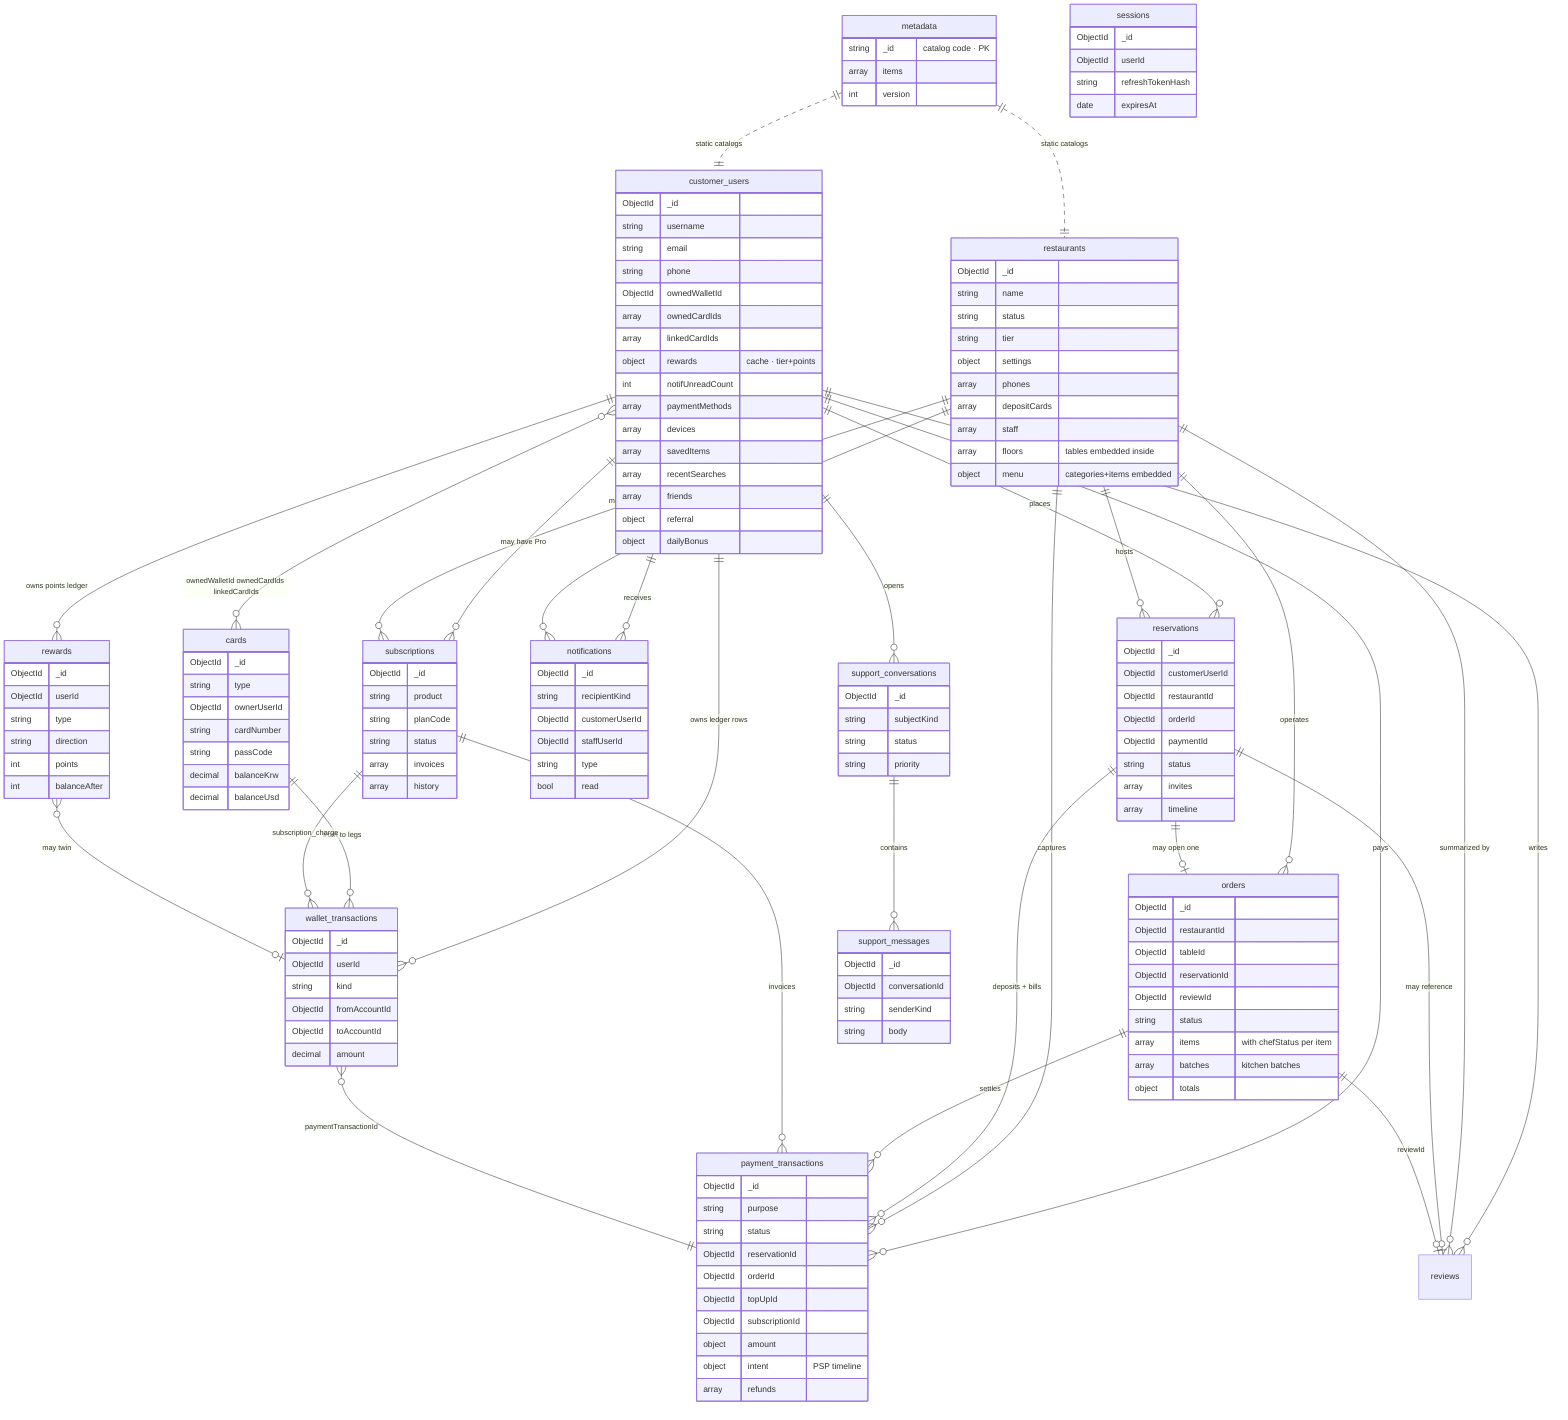
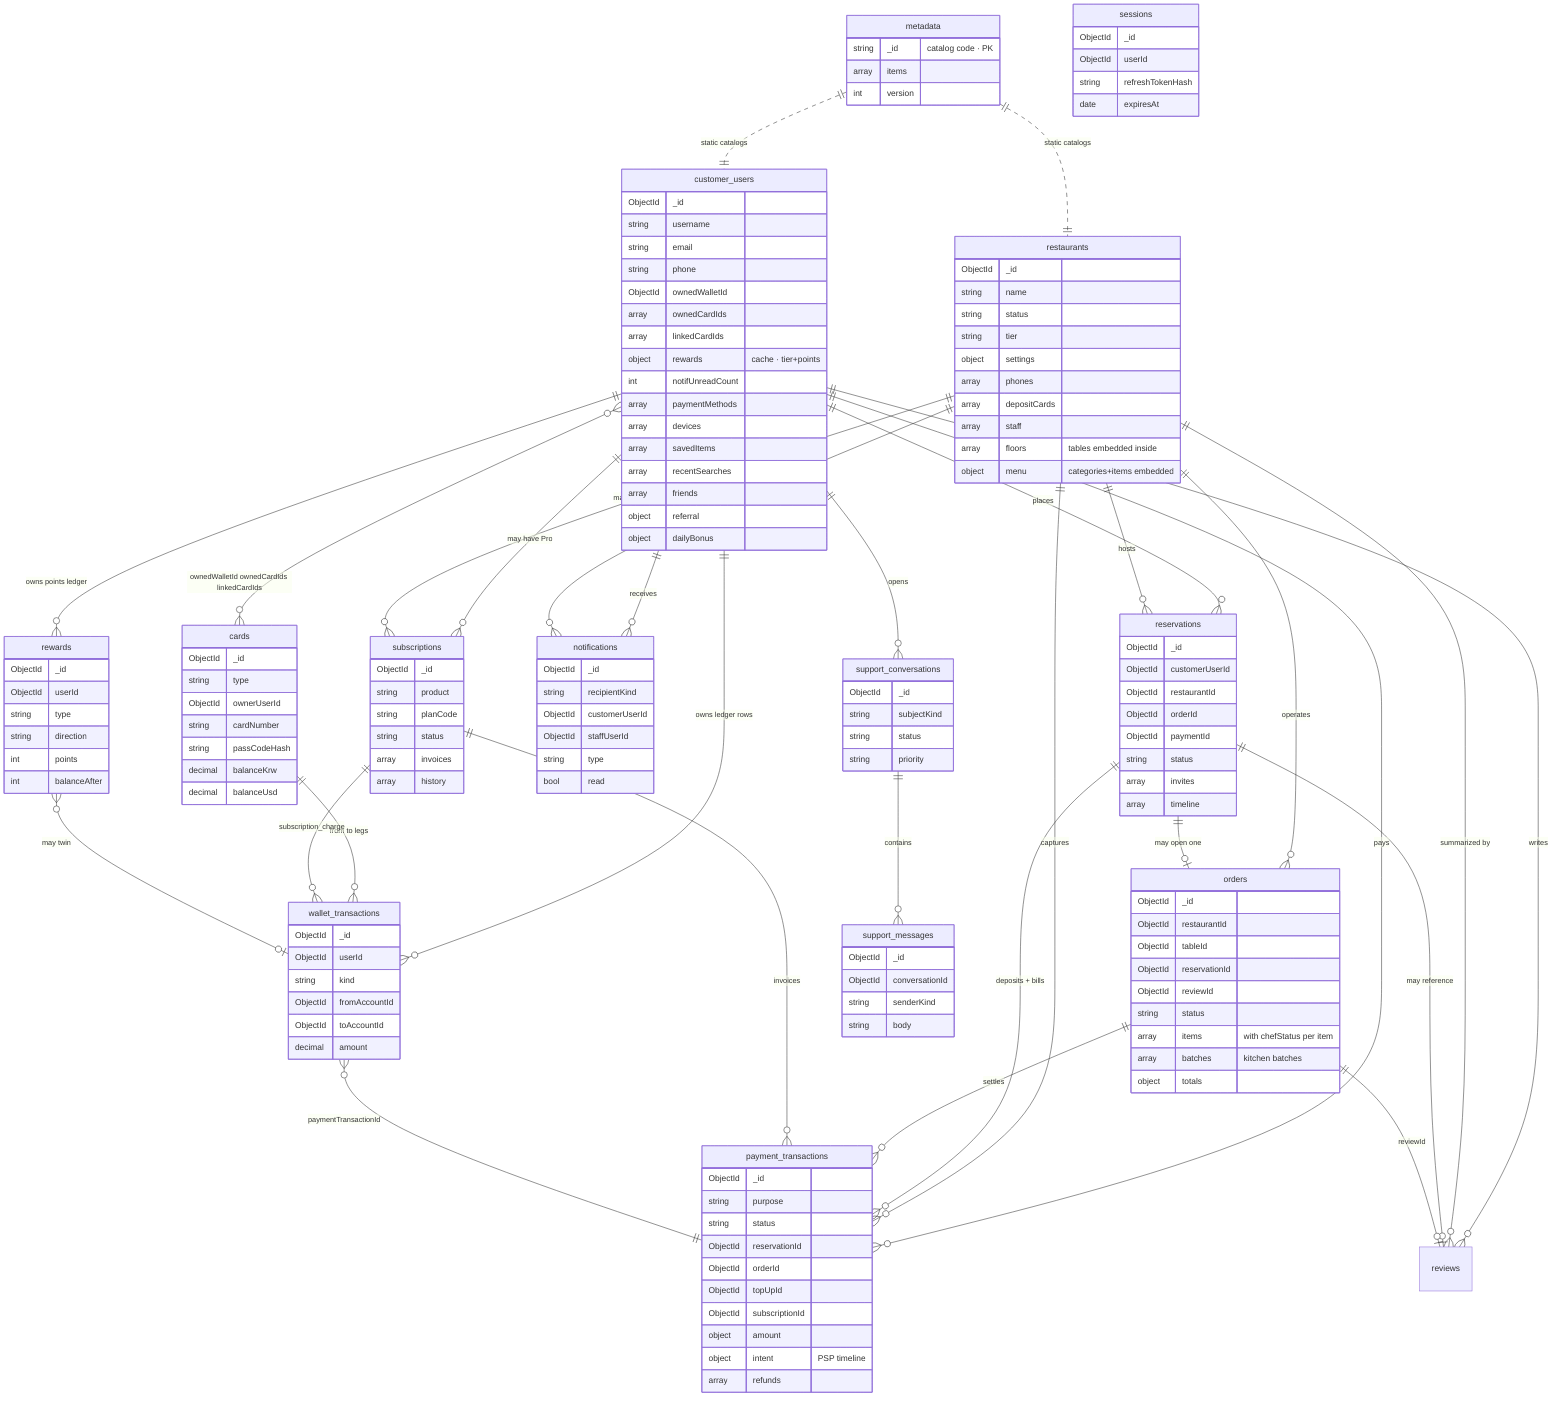
erDiagram
%% The 14-collection compromise schema. Lines marked with `||--o{` mean
%% "exactly-one to many"; `}o--o{` means many-to-many via embedded references.
%% Optional cache fields on `customer_users` (rewards, notifUnread) stay in sync
%% with authoritative ledger collections; wallet balances live on `cards`.
    customer_users ||--o{ reservations : "places"
    customer_users ||--o{ wallet_transactions : "owns ledger rows"
    customer_users ||--o{ rewards : "owns points ledger"
    customer_users ||--o{ payment_transactions : "pays"
    customer_users ||--o{ subscriptions : "may have Pro"
    customer_users ||--o{ notifications : "receives"
    customer_users ||--o{ support_conversations : "opens"
    customer_users ||--o{ reviews : "writes"
    customer_users }o--o{ cards : "ownedWalletId ownedCardIds linkedCardIds"

    cards ||--o{ wallet_transactions : "from to legs"

    restaurants ||--o{ reservations : "hosts"
    restaurants ||--o{ reviews : "summarized by"
    restaurants ||--o{ orders : "operates"
    restaurants ||--o{ payment_transactions : "captures"
    restaurants ||--o{ subscriptions : "may have tier"
    restaurants ||--o{ notifications : "receives"

    reservations ||--o| orders : "may open one"
    reservations ||--o{ payment_transactions : "deposits + bills"
    reservations ||--o| reviews : "may reference"

    orders ||--o{ payment_transactions : "settles"
    orders ||--o| reviews : "reviewId"

    subscriptions ||--o{ payment_transactions : "invoices"
    subscriptions ||--o{ wallet_transactions : "subscription_charge"

    wallet_transactions }o--|| payment_transactions : "paymentTransactionId"
    rewards }o--o| wallet_transactions : "may twin"

    support_conversations ||--o{ support_messages : "contains"

    metadata ||..|| customer_users : "static catalogs"
    metadata ||..|| restaurants : "static catalogs"

    customer_users {
        ObjectId _id
        string username
        string email
        string phone
        ObjectId ownedWalletId
        array  ownedCardIds
        array  linkedCardIds
        object rewards       "cache · tier+points"
        int    notifUnreadCount
        array  paymentMethods
        array  devices
        array  savedItems
        array  recentSearches
        array  friends
        object referral
        object dailyBonus
    }
    restaurants {
        ObjectId _id
        string name
        string status
        string tier
        object settings
        array  phones
        array  depositCards
        array  staff
        array  floors           "tables embedded inside"
        object menu             "categories+items embedded"
    }
    reservations {
        ObjectId _id
        ObjectId customerUserId
        ObjectId restaurantId
        ObjectId orderId
        ObjectId paymentId
        string   status
        array    invites
        array    timeline
    }
    orders {
        ObjectId _id
        ObjectId restaurantId
        ObjectId tableId
        ObjectId reservationId
        ObjectId reviewId
        string   status
        array    items          "with chefStatus per item"
        array    batches        "kitchen batches"
        object   totals
    }
    payment_transactions {
        ObjectId _id
        string   purpose
        string   status
        ObjectId reservationId
        ObjectId orderId
        ObjectId topUpId
        ObjectId subscriptionId
        object   amount
        object   intent          "PSP timeline"
        array    refunds
    }
    wallet_transactions {
        ObjectId _id
        ObjectId userId
        string   kind
        ObjectId fromAccountId
        ObjectId toAccountId
        decimal  amount
    }
    cards {
        ObjectId _id
        string   type
        ObjectId ownerUserId
        string   cardNumber
-         string   passCode
+         string   passCodeHash
        decimal  balanceKrw
        decimal  balanceUsd
    }
    rewards {
        ObjectId _id
        ObjectId userId
        string   type
        string   direction
        int      points
        int      balanceAfter
    }
    notifications {
        ObjectId _id
        string   recipientKind
        ObjectId customerUserId
        ObjectId staffUserId
        string   type
        bool     read
    }
    support_conversations {
        ObjectId _id
        string   subjectKind
        string   status
        string   priority
    }
    support_messages {
        ObjectId _id
        ObjectId conversationId
        string   senderKind
        string   body
    }
    subscriptions {
        ObjectId _id
        string   product
        string   planCode
        string   status
        array    invoices
        array    history
    }
    sessions {
        ObjectId _id
        ObjectId userId
        string   refreshTokenHash
        date     expiresAt
    }
    metadata {
        string   _id            "catalog code · PK"
        array    items
        int      version
    }
